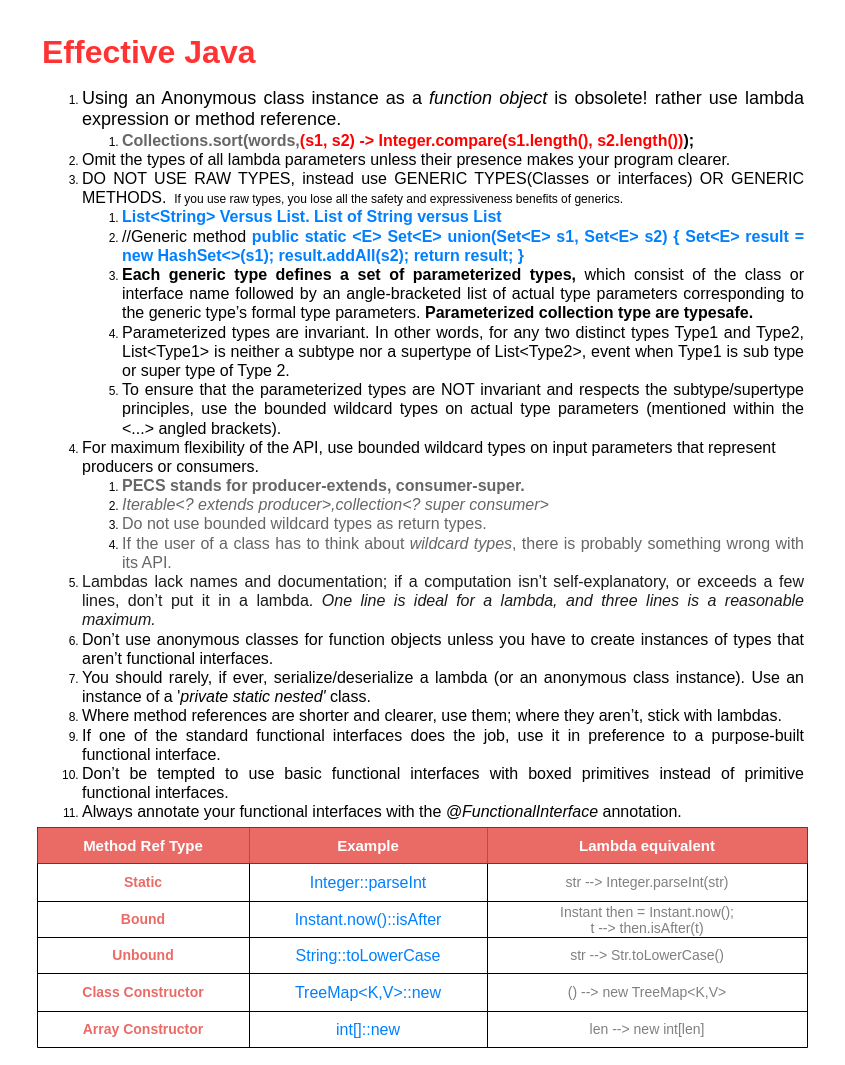
Above: page "Page-7" (6 of 6) of Java Collection Framework Data Structures.drawio in gaurjain/drawio (draw.io), before the change. Source tidied: cells renumbered, new cells numbered last; positions are measured from the earlier drawing's top-left corner, leaving out a move shared by most shapes. Both pictures are drawn from the tidied source at 100%, with x=0, y=0 at pixel (37, 27).
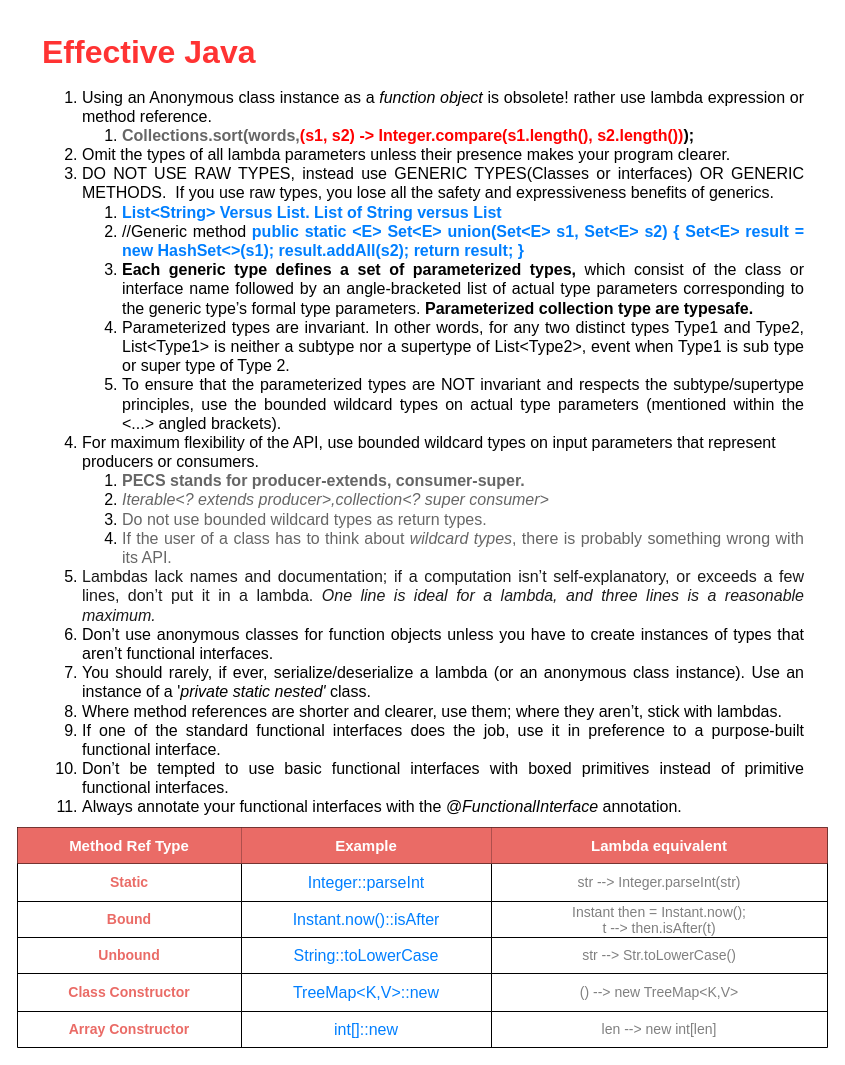
Above is the later version.

Diff of the diagram source:
```diff
@@
-    <mxCell id="2" value="&lt;h1 style=&quot;text-align: justify&quot;&gt;&lt;font color=&quot;#ff3333&quot; style=&quot;font-size: 32px&quot;&gt;Effective Java&lt;/font&gt;&lt;/h1&gt;&lt;p&gt;&lt;/p&gt;&lt;ol&gt;&lt;li style=&quot;text-align: justify&quot;&gt;&lt;font style=&quot;font-size: 18px&quot;&gt;Using an Anonymous class instance as a &lt;i&gt;function object&lt;/i&gt; is obsolete! rather use lambda expression or method reference.&lt;/font&gt;&lt;/li&gt;&lt;ol&gt;&lt;li style=&quot;text-align: justify&quot;&gt;&lt;font size=&quot;3&quot;&gt;&lt;b&gt;&lt;font color=&quot;#666666&quot;&gt;Collections.sort(words,&lt;/font&gt;&lt;font color=&quot;#ff0000&quot;&gt;(s1, s2) -&amp;gt; Integer.compare(s1.length(), s2.length())&lt;/font&gt;);&lt;/b&gt;&lt;/font&gt;&lt;/li&gt;&lt;/ol&gt;&lt;li style=&quot;text-align: justify&quot;&gt;&lt;font size=&quot;3&quot;&gt;Omit the types of all lambda parameters unless their presence makes your program clearer.&lt;br&gt;&lt;/font&gt;&lt;/li&gt;&lt;li style=&quot;text-align: justify&quot;&gt;&lt;font size=&quot;3&quot;&gt;DO NOT USE RAW TYPES, instead use GENERIC TYPES(Classes or interfaces) OR GENERIC METHODS.&amp;nbsp;&lt;/font&gt;&amp;nbsp;If you use raw types, you lose all the &lt;span&gt;safety and expressiveness benefits of generics.&lt;/span&gt;&lt;/li&gt;&lt;ol&gt;&lt;li style=&quot;text-align: justify&quot;&gt;&lt;span&gt;&lt;font size=&quot;3&quot; color=&quot;#007fff&quot;&gt;&lt;b&gt;List&amp;lt;String&amp;gt; Versus List. List of String versus List&lt;/b&gt;&lt;/font&gt;&lt;/span&gt;&lt;/li&gt;&lt;li style=&quot;text-align: justify&quot;&gt;&lt;span&gt;&lt;font size=&quot;3&quot;&gt;//Generic method&amp;nbsp;&lt;/font&gt;&lt;/span&gt;&lt;b style=&quot;font-size: medium&quot;&gt;&lt;font color=&quot;#007fff&quot;&gt;public static &amp;lt;E&amp;gt; Set&amp;lt;E&amp;gt; union(Set&amp;lt;E&amp;gt; s1, Set&amp;lt;E&amp;gt; s2) { Set&amp;lt;E&amp;gt; result = new HashSet&amp;lt;&amp;gt;(s1); result.addAll(s2); return result; }&lt;/font&gt;&lt;/b&gt;&lt;/li&gt;&lt;li style=&quot;text-align: justify&quot;&gt;&lt;font size=&quot;3&quot;&gt;&lt;b&gt;Each generic type defines a set of parameterized types,&lt;/b&gt;&lt;span&gt; which consist of the class or interface name followed by an angle-bracketed list of actual type parameters corresponding to the generic type’s formal type parameters.&amp;nbsp;&lt;/span&gt;&lt;b&gt;Parameterized collection type are typesafe.&lt;/b&gt;&lt;/font&gt;&lt;/li&gt;&lt;li style=&quot;text-align: justify&quot;&gt;&lt;font size=&quot;3&quot;&gt;Parameterized types are invariant. In other words, for any two distinct types Type1 and Type2, List&amp;lt;Type1&amp;gt; is neither a subtype nor a supertype of List&amp;lt;Type2&amp;gt;, event when Type1 is sub type or super type of Type 2.&amp;nbsp;&lt;/font&gt;&lt;/li&gt;&lt;li style=&quot;text-align: justify&quot;&gt;&lt;font size=&quot;3&quot;&gt;To ensure that the parameterized types are NOT invariant and respects the subtype/supertype principles, use the bounded wildcard types on actual type parameters (mentioned within the &amp;lt;...&amp;gt; angled brackets).&amp;nbsp;&lt;/font&gt;&lt;/li&gt;&lt;/ol&gt;&lt;li&gt;&lt;span style=&quot;font-size: medium ; text-align: justify&quot;&gt;For maximum flexibility of the API,&amp;nbsp;use bounded wildcard types on input parameters that represent producers or consumers.&amp;nbsp;&lt;/span&gt;&lt;/li&gt;&lt;ol&gt;&lt;li&gt;&lt;b style=&quot;font-size: medium ; text-align: justify&quot;&gt;&lt;font color=&quot;#666666&quot;&gt;PECS stands for producer-extends, consumer-super.&amp;nbsp;&lt;/font&gt;&lt;/b&gt;&lt;/li&gt;&lt;li&gt;&lt;i style=&quot;font-size: medium ; text-align: justify&quot;&gt;&lt;font color=&quot;#666666&quot;&gt;Iterable&amp;lt;? extends producer&amp;gt;,collection&amp;lt;? super consumer&amp;gt;&lt;/font&gt;&lt;/i&gt;&lt;/li&gt;&lt;li style=&quot;text-align: justify&quot;&gt;&lt;font size=&quot;3&quot; color=&quot;#666666&quot;&gt;Do not use bounded wildcard types as return types.&lt;/font&gt;&lt;/li&gt;&lt;li style=&quot;text-align: justify&quot;&gt;&lt;font size=&quot;3&quot;&gt;&lt;font color=&quot;#666666&quot;&gt;If the user of a class has to think about &lt;i&gt;wildcard types&lt;/i&gt;, there is probably something wrong with its API.&lt;/font&gt;&lt;br&gt;&lt;/font&gt;&lt;/li&gt;&lt;/ol&gt;&lt;li style=&quot;text-align: justify&quot;&gt;&lt;font size=&quot;3&quot;&gt;&lt;font color=&quot;#1a1a1a&quot;&gt;Lambdas lack names and documentation; if a computation isn’t self-explanatory, or exceeds a few lines, don’t put it in a lambda.&amp;nbsp;&lt;/font&gt;&lt;i&gt;&lt;font color=&quot;#1a1a1a&quot;&gt;One line is ideal for a lambda, and three lines is a reasonable maximum.&lt;/font&gt;&lt;br&gt;&lt;/i&gt;&lt;/font&gt;&lt;/li&gt;&lt;li style=&quot;text-align: justify&quot;&gt;&lt;font size=&quot;3&quot;&gt;Don’t use anonymous classes for function objects unless you have to create instances of types that aren’t functional interfaces.&amp;nbsp;&lt;br&gt;&lt;/font&gt;&lt;/li&gt;&lt;li style=&quot;text-align: justify&quot;&gt;&lt;font size=&quot;3&quot;&gt;You should rarely, if ever, serialize/deserialize a lambda (or an anonymous class instance). Use an instance of a '&lt;i&gt;private static nested'&lt;/i&gt; class.&lt;br&gt;&lt;/font&gt;&lt;/li&gt;&lt;li style=&quot;text-align: justify&quot;&gt;&lt;font size=&quot;3&quot;&gt;Where method references are shorter and clearer, use them; where they aren’t, stick with lambdas.&lt;br&gt;&lt;/font&gt;&lt;/li&gt;&lt;li style=&quot;text-align: justify&quot;&gt;&lt;font size=&quot;3&quot;&gt;If one of the standard functional interfaces does the job, use it in preference to a purpose-built functional interface.&lt;br&gt;&lt;/font&gt;&lt;/li&gt;&lt;li style=&quot;text-align: justify&quot;&gt;&lt;font size=&quot;3&quot;&gt;Don’t be tempted to use basic functional interfaces with boxed primitives instead of primitive functional interfaces.&lt;br&gt;&lt;/font&gt;&lt;/li&gt;&lt;li style=&quot;text-align: justify&quot;&gt;&lt;font size=&quot;3&quot;&gt;Always annotate your functional interfaces with the &lt;i&gt;@FunctionalInterface&lt;/i&gt; annotation.&lt;/font&gt;&lt;/li&gt;&lt;/ol&gt;&lt;p&gt;&lt;/p&gt;" style="text;html=1;strokeColor=none;fillColor=none;spacing=5;spacingTop=-20;whiteSpace=wrap;overflow=hidden;rounded=0;" parent="1" vertex="1">
+    <mxCell id="2" value="&lt;h1 style=&quot;text-align: justify&quot;&gt;&lt;font color=&quot;#ff3333&quot; style=&quot;font-size: 32px&quot;&gt;Effective Java&lt;/font&gt;&lt;/h1&gt;&lt;p&gt;&lt;/p&gt;&lt;ol style=&quot;font-size: 16px&quot;&gt;&lt;li style=&quot;text-align: justify&quot;&gt;&lt;font style=&quot;font-size: 16px&quot;&gt;Using an Anonymous class instance as a &lt;i&gt;function object&lt;/i&gt; is obsolete! rather use lambda expression or method reference.&lt;/font&gt;&lt;/li&gt;&lt;ol&gt;&lt;li style=&quot;text-align: justify&quot;&gt;&lt;font style=&quot;font-size: 16px&quot;&gt;&lt;b&gt;&lt;font color=&quot;#666666&quot; style=&quot;font-size: 16px&quot;&gt;Collections.sort(words,&lt;/font&gt;&lt;font color=&quot;#ff0000&quot; style=&quot;font-size: 16px&quot;&gt;(s1, s2) -&amp;gt; Integer.compare(s1.length(), s2.length())&lt;/font&gt;);&lt;/b&gt;&lt;/font&gt;&lt;/li&gt;&lt;/ol&gt;&lt;li style=&quot;text-align: justify&quot;&gt;&lt;font style=&quot;font-size: 16px&quot;&gt;Omit the types of all lambda parameters unless their presence makes your program clearer.&lt;br&gt;&lt;/font&gt;&lt;/li&gt;&lt;li style=&quot;text-align: justify&quot;&gt;&lt;font style=&quot;font-size: 16px&quot;&gt;DO NOT USE RAW TYPES, instead use GENERIC TYPES(Classes or interfaces) OR GENERIC METHODS.&amp;nbsp;&lt;/font&gt;&amp;nbsp;If you use raw types, you lose all the &lt;span&gt;safety and expressiveness benefits of generics.&lt;/span&gt;&lt;/li&gt;&lt;ol&gt;&lt;li style=&quot;text-align: justify&quot;&gt;&lt;span&gt;&lt;font color=&quot;#007fff&quot; style=&quot;font-size: 16px&quot;&gt;&lt;b&gt;List&amp;lt;String&amp;gt; Versus List. List of String versus List&lt;/b&gt;&lt;/font&gt;&lt;/span&gt;&lt;/li&gt;&lt;li style=&quot;text-align: justify&quot;&gt;&lt;span&gt;&lt;font style=&quot;font-size: 16px&quot;&gt;//Generic method&amp;nbsp;&lt;/font&gt;&lt;/span&gt;&lt;b&gt;&lt;font color=&quot;#007fff&quot; style=&quot;font-size: 16px&quot;&gt;public static &amp;lt;E&amp;gt; Set&amp;lt;E&amp;gt; union(Set&amp;lt;E&amp;gt; s1, Set&amp;lt;E&amp;gt; s2) { Set&amp;lt;E&amp;gt; result = new HashSet&amp;lt;&amp;gt;(s1); result.addAll(s2); return result; }&lt;/font&gt;&lt;/b&gt;&lt;/li&gt;&lt;li style=&quot;text-align: justify&quot;&gt;&lt;font style=&quot;font-size: 16px&quot;&gt;&lt;b&gt;Each generic type defines a set of parameterized types,&lt;/b&gt;&lt;span&gt; which consist of the class or interface name followed by an angle-bracketed list of actual type parameters corresponding to the generic type’s formal type parameters.&amp;nbsp;&lt;/span&gt;&lt;b&gt;Parameterized collection type are typesafe.&lt;/b&gt;&lt;/font&gt;&lt;/li&gt;&lt;li style=&quot;text-align: justify&quot;&gt;&lt;font style=&quot;font-size: 16px&quot;&gt;Parameterized types are invariant. In other words, for any two distinct types Type1 and Type2, List&amp;lt;Type1&amp;gt; is neither a subtype nor a supertype of List&amp;lt;Type2&amp;gt;, event when Type1 is sub type or super type of Type 2.&amp;nbsp;&lt;/font&gt;&lt;/li&gt;&lt;li style=&quot;text-align: justify&quot;&gt;&lt;font style=&quot;font-size: 16px&quot;&gt;To ensure that the parameterized types are NOT invariant and respects the subtype/supertype principles, use the bounded wildcard types on actual type parameters (mentioned within the &amp;lt;...&amp;gt; angled brackets).&amp;nbsp;&lt;/font&gt;&lt;/li&gt;&lt;/ol&gt;&lt;li&gt;&lt;span style=&quot;text-align: justify&quot;&gt;For maximum flexibility of the API,&amp;nbsp;use bounded wildcard types on input parameters that represent producers or consumers.&amp;nbsp;&lt;/span&gt;&lt;/li&gt;&lt;ol&gt;&lt;li&gt;&lt;b style=&quot;text-align: justify&quot;&gt;&lt;font color=&quot;#666666&quot; style=&quot;font-size: 16px&quot;&gt;PECS stands for producer-extends, consumer-super.&amp;nbsp;&lt;/font&gt;&lt;/b&gt;&lt;/li&gt;&lt;li&gt;&lt;i style=&quot;text-align: justify&quot;&gt;&lt;font color=&quot;#666666&quot; style=&quot;font-size: 16px&quot;&gt;Iterable&amp;lt;? extends producer&amp;gt;,collection&amp;lt;? super consumer&amp;gt;&lt;/font&gt;&lt;/i&gt;&lt;/li&gt;&lt;li style=&quot;text-align: justify&quot;&gt;&lt;font color=&quot;#666666&quot; style=&quot;font-size: 16px&quot;&gt;Do not use bounded wildcard types as return types.&lt;/font&gt;&lt;/li&gt;&lt;li style=&quot;text-align: justify&quot;&gt;&lt;font style=&quot;font-size: 16px&quot;&gt;&lt;font color=&quot;#666666&quot; style=&quot;font-size: 16px&quot;&gt;If the user of a class has to think about &lt;i&gt;wildcard types&lt;/i&gt;, there is probably something wrong with its API.&lt;/font&gt;&lt;br&gt;&lt;/font&gt;&lt;/li&gt;&lt;/ol&gt;&lt;li style=&quot;text-align: justify&quot;&gt;&lt;font style=&quot;font-size: 16px&quot;&gt;&lt;font color=&quot;#1a1a1a&quot; style=&quot;font-size: 16px&quot;&gt;Lambdas lack names and documentation; if a computation isn’t self-explanatory, or exceeds a few lines, don’t put it in a lambda.&amp;nbsp;&lt;/font&gt;&lt;i&gt;&lt;font color=&quot;#1a1a1a&quot; style=&quot;font-size: 16px&quot;&gt;One line is ideal for a lambda, and three lines is a reasonable maximum.&lt;/font&gt;&lt;br&gt;&lt;/i&gt;&lt;/font&gt;&lt;/li&gt;&lt;li style=&quot;text-align: justify&quot;&gt;&lt;font style=&quot;font-size: 16px&quot;&gt;Don’t use anonymous classes for function objects unless you have to create instances of types that aren’t functional interfaces.&amp;nbsp;&lt;br&gt;&lt;/font&gt;&lt;/li&gt;&lt;li style=&quot;text-align: justify&quot;&gt;&lt;font style=&quot;font-size: 16px&quot;&gt;You should rarely, if ever, serialize/deserialize a lambda (or an anonymous class instance). Use an instance of a '&lt;i&gt;private static nested'&lt;/i&gt; class.&lt;br&gt;&lt;/font&gt;&lt;/li&gt;&lt;li style=&quot;text-align: justify&quot;&gt;&lt;font style=&quot;font-size: 16px&quot;&gt;Where method references are shorter and clearer, use them; where they aren’t, stick with lambdas.&lt;br&gt;&lt;/font&gt;&lt;/li&gt;&lt;li style=&quot;text-align: justify&quot;&gt;&lt;font style=&quot;font-size: 16px&quot;&gt;If one of the standard functional interfaces does the job, use it in preference to a purpose-built functional interface.&lt;br&gt;&lt;/font&gt;&lt;/li&gt;&lt;li style=&quot;text-align: justify&quot;&gt;&lt;font style=&quot;font-size: 16px&quot;&gt;Don’t be tempted to use basic functional interfaces with boxed primitives instead of primitive functional interfaces.&lt;br&gt;&lt;/font&gt;&lt;/li&gt;&lt;li style=&quot;text-align: justify&quot;&gt;&lt;font style=&quot;font-size: 16px&quot;&gt;Always annotate your functional interfaces with the &lt;i&gt;@FunctionalInterface&lt;/i&gt; annotation.&lt;/font&gt;&lt;/li&gt;&lt;/ol&gt;&lt;p&gt;&lt;/p&gt;" style="text;html=1;strokeColor=none;fillColor=none;spacing=5;spacingTop=-20;whiteSpace=wrap;overflow=hidden;rounded=0;" parent="1" vertex="1">
       <mxGeometry width="770" height="800" as="geometry" />
     </mxCell>
     <mxCell id="3" style="shape=table;html=1;whiteSpace=wrap;startSize=0;childLayout=tableLayout;fontSize=8;" parent="1" vertex="1">
-      <mxGeometry y="800" width="770" height="220" as="geometry" />
+      <mxGeometry x="-20" y="800" width="810" height="220" as="geometry" />
     </mxCell>
     <mxCell id="4" style="shape=partialRectangle;html=1;whiteSpace=wrap;fillColor=none;top=0;left=0;bottom=0;right=0;" parent="3" vertex="1">
-      <mxGeometry width="770" height="36" as="geometry" />
+      <mxGeometry width="810" height="36" as="geometry" />
     </mxCell>
     <mxCell id="5" value="Method Ref Type" style="shape=partialRectangle;html=1;whiteSpace=wrap;overflow=hidden;top=0;left=0;bottom=0;right=0;fontSize=15;fontStyle=1;fontColor=#ffffff;strokeColor=none;fillColor=#EA6B66;" parent="4" vertex="1">
-      <mxGeometry width="212" height="36" as="geometry" />
+      <mxGeometry width="224" height="36" as="geometry" />
     </mxCell>
     <mxCell id="6" value="Example" style="shape=partialRectangle;html=1;whiteSpace=wrap;overflow=hidden;top=0;left=0;bottom=0;right=0;fontSize=15;fontStyle=1;fontColor=#ffffff;strokeColor=none;fillColor=#EA6B66;" parent="4" vertex="1">
-      <mxGeometry x="212" width="238" height="36" as="geometry" />
+      <mxGeometry x="224" width="250" height="36" as="geometry" />
     </mxCell>
     <mxCell id="7" value="Lambda equivalent" style="shape=partialRectangle;html=1;whiteSpace=wrap;overflow=hidden;top=0;left=0;bottom=0;right=0;fontSize=15;fontStyle=1;fontColor=#ffffff;strokeColor=none;fillColor=#EA6B66;" parent="4" vertex="1">
-      <mxGeometry x="450" width="320" height="36" as="geometry" />
+      <mxGeometry x="474" width="336" height="36" as="geometry" />
     </mxCell>
     <mxCell id="8" style="shape=partialRectangle;html=1;whiteSpace=wrap;fillColor=none;top=0;left=0;bottom=0;right=0;" parent="3" vertex="1">
-      <mxGeometry y="36" width="770" height="38" as="geometry" />
+      <mxGeometry y="36" width="810" height="38" as="geometry" />
     </mxCell>
     <mxCell id="9" value="Static" style="shape=partialRectangle;html=1;whiteSpace=wrap;overflow=hidden;fillColor=none;top=0;left=0;bottom=0;right=0;fontSize=14;fontColor=#EA6B66;fontStyle=1;" parent="8" vertex="1">
-      <mxGeometry width="212" height="38" as="geometry" />
+      <mxGeometry width="224" height="38" as="geometry" />
     </mxCell>
     <mxCell id="10" value="Integer::parseInt" style="shape=partialRectangle;html=1;whiteSpace=wrap;overflow=hidden;fillColor=none;top=0;left=0;bottom=0;right=0;fontColor=#007FFF;fontSize=16;" parent="8" vertex="1">
-      <mxGeometry x="212" width="238" height="38" as="geometry" />
+      <mxGeometry x="224" width="250" height="38" as="geometry" />
     </mxCell>
     <mxCell id="11" value="str --&amp;gt; Integer.parseInt(str)" style="shape=partialRectangle;html=1;whiteSpace=wrap;overflow=hidden;fillColor=none;top=0;left=0;bottom=0;right=0;fontColor=#808080;fontSize=14;" parent="8" vertex="1">
-      <mxGeometry x="450" width="320" height="38" as="geometry" />
+      <mxGeometry x="474" width="336" height="38" as="geometry" />
     </mxCell>
     <mxCell id="12" style="shape=partialRectangle;html=1;whiteSpace=wrap;fillColor=none;top=0;left=0;bottom=0;right=0;" parent="3" vertex="1">
-      <mxGeometry y="74" width="770" height="36" as="geometry" />
+      <mxGeometry y="74" width="810" height="36" as="geometry" />
     </mxCell>
     <mxCell id="13" value="Bound" style="shape=partialRectangle;html=1;whiteSpace=wrap;overflow=hidden;fillColor=none;top=0;left=0;bottom=0;right=0;fontSize=14;fontColor=#EA6B66;fontStyle=1;" parent="12" vertex="1">
-      <mxGeometry width="212" height="36" as="geometry" />
+      <mxGeometry width="224" height="36" as="geometry" />
     </mxCell>
     <mxCell id="14" value="Instant.now()::isAfter" style="shape=partialRectangle;html=1;whiteSpace=wrap;overflow=hidden;fillColor=none;top=0;left=0;bottom=0;right=0;fontColor=#007FFF;fontSize=16;" parent="12" vertex="1">
-      <mxGeometry x="212" width="238" height="36" as="geometry" />
+      <mxGeometry x="224" width="250" height="36" as="geometry" />
     </mxCell>
     <mxCell id="15" value="Instant then = Instant.now();&lt;br style=&quot;font-size: 14px;&quot;&gt;t --&amp;gt; then.isAfter(t)" style="shape=partialRectangle;html=1;whiteSpace=wrap;overflow=hidden;fillColor=none;top=0;left=0;bottom=0;right=0;fontColor=#808080;fontSize=14;" parent="12" vertex="1">
-      <mxGeometry x="450" width="320" height="36" as="geometry" />
+      <mxGeometry x="474" width="336" height="36" as="geometry" />
     </mxCell>
     <mxCell id="16" style="shape=partialRectangle;html=1;whiteSpace=wrap;fillColor=none;top=0;left=0;bottom=0;right=0;" parent="3" vertex="1">
-      <mxGeometry y="110" width="770" height="36" as="geometry" />
+      <mxGeometry y="110" width="810" height="36" as="geometry" />
     </mxCell>
     <mxCell id="17" value="Unbound" style="shape=partialRectangle;html=1;whiteSpace=wrap;overflow=hidden;fillColor=none;top=0;left=0;bottom=0;right=0;fontSize=14;fontColor=#EA6B66;fontStyle=1;" parent="16" vertex="1">
-      <mxGeometry width="212" height="36" as="geometry" />
+      <mxGeometry width="224" height="36" as="geometry" />
     </mxCell>
     <mxCell id="18" value="String::toLowerCase" style="shape=partialRectangle;html=1;whiteSpace=wrap;overflow=hidden;fillColor=none;top=0;left=0;bottom=0;right=0;fontColor=#007FFF;fontSize=16;" parent="16" vertex="1">
-      <mxGeometry x="212" width="238" height="36" as="geometry" />
+      <mxGeometry x="224" width="250" height="36" as="geometry" />
     </mxCell>
     <mxCell id="19" value="str --&amp;gt; Str.toLowerCase()" style="shape=partialRectangle;html=1;whiteSpace=wrap;overflow=hidden;fillColor=none;top=0;left=0;bottom=0;right=0;fontColor=#808080;fontSize=14;" parent="16" vertex="1">
-      <mxGeometry x="450" width="320" height="36" as="geometry" />
+      <mxGeometry x="474" width="336" height="36" as="geometry" />
     </mxCell>
     <mxCell id="20" style="shape=partialRectangle;html=1;whiteSpace=wrap;fillColor=none;top=0;left=0;bottom=0;right=0;" parent="3" vertex="1">
-      <mxGeometry y="146" width="770" height="38" as="geometry" />
+      <mxGeometry y="146" width="810" height="38" as="geometry" />
     </mxCell>
     <mxCell id="21" value="Class Constructor" style="shape=partialRectangle;html=1;whiteSpace=wrap;overflow=hidden;fillColor=none;top=0;left=0;bottom=0;right=0;fontSize=14;fontColor=#EA6B66;fontStyle=1;" parent="20" vertex="1">
-      <mxGeometry width="212" height="38" as="geometry" />
+      <mxGeometry width="224" height="38" as="geometry" />
     </mxCell>
     <mxCell id="22" value="TreeMap&amp;lt;K,V&amp;gt;::new" style="shape=partialRectangle;html=1;whiteSpace=wrap;overflow=hidden;fillColor=none;top=0;left=0;bottom=0;right=0;fontColor=#007FFF;fontSize=16;" parent="20" vertex="1">
-      <mxGeometry x="212" width="238" height="38" as="geometry" />
+      <mxGeometry x="224" width="250" height="38" as="geometry" />
     </mxCell>
     <mxCell id="23" value="() --&amp;gt; new TreeMap&amp;lt;K,V&amp;gt;" style="shape=partialRectangle;html=1;whiteSpace=wrap;overflow=hidden;fillColor=none;top=0;left=0;bottom=0;right=0;fontColor=#808080;fontSize=14;" parent="20" vertex="1">
-      <mxGeometry x="450" width="320" height="38" as="geometry" />
+      <mxGeometry x="474" width="336" height="38" as="geometry" />
     </mxCell>
     <mxCell id="24" style="shape=partialRectangle;html=1;whiteSpace=wrap;fillColor=none;top=0;left=0;bottom=0;right=0;" parent="3" vertex="1">
-      <mxGeometry y="184" width="770" height="36" as="geometry" />
+      <mxGeometry y="184" width="810" height="36" as="geometry" />
     </mxCell>
     <mxCell id="25" value="Array Constructor" style="shape=partialRectangle;html=1;whiteSpace=wrap;overflow=hidden;fillColor=none;top=0;left=0;bottom=0;right=0;fontSize=14;fontColor=#EA6B66;fontStyle=1;" parent="24" vertex="1">
-      <mxGeometry width="212" height="36" as="geometry" />
+      <mxGeometry width="224" height="36" as="geometry" />
     </mxCell>
     <mxCell id="26" value="int[]::new" style="shape=partialRectangle;html=1;whiteSpace=wrap;overflow=hidden;fillColor=none;top=0;left=0;bottom=0;right=0;fontColor=#007FFF;fontSize=16;" parent="24" vertex="1">
-      <mxGeometry x="212" width="238" height="36" as="geometry" />
+      <mxGeometry x="224" width="250" height="36" as="geometry" />
     </mxCell>
     <mxCell id="27" value="len --&amp;gt; new int[len]" style="shape=partialRectangle;html=1;whiteSpace=wrap;overflow=hidden;fillColor=none;top=0;left=0;bottom=0;right=0;fontColor=#808080;fontSize=14;" parent="24" vertex="1">
-      <mxGeometry x="450" width="320" height="36" as="geometry" />
+      <mxGeometry x="474" width="336" height="36" as="geometry" />
     </mxCell>
```
